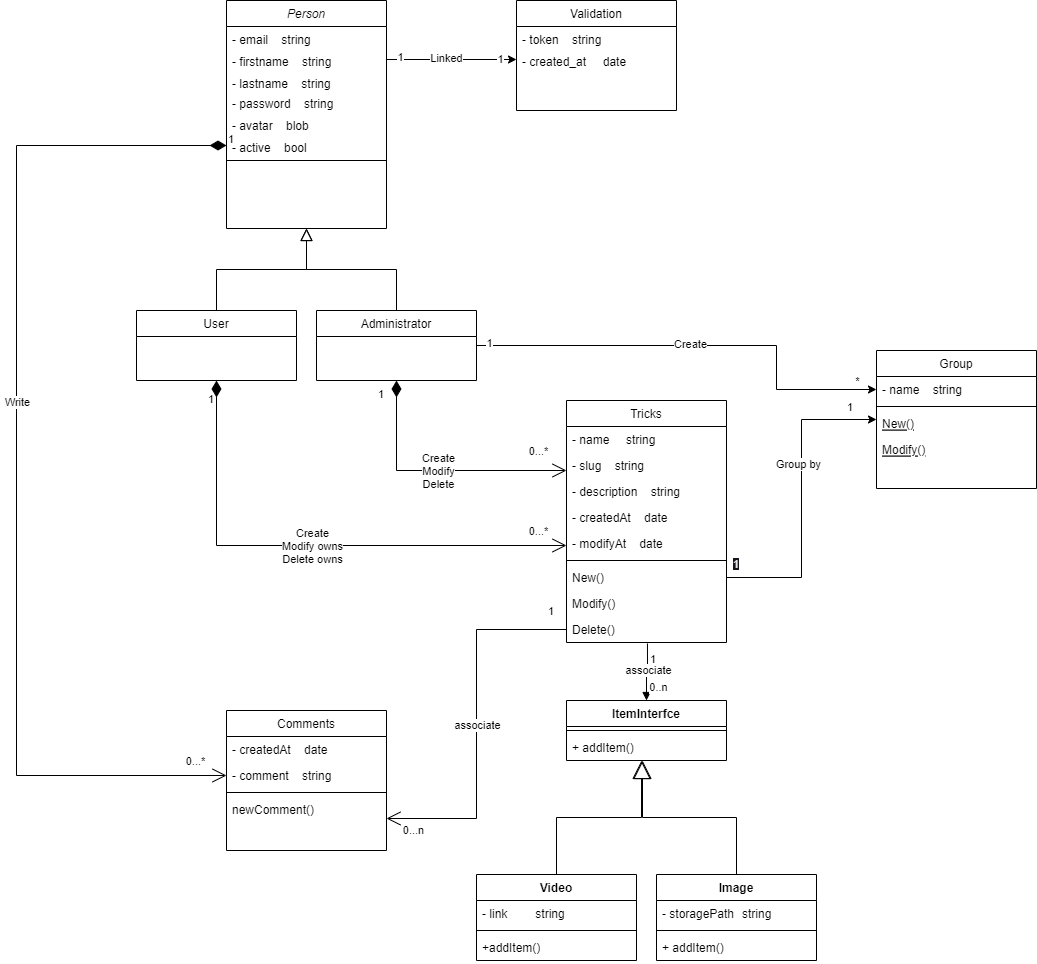
The draw.io diagram Uml-Diagrams/Class Diagram.png in D-Jerome/P6-SnowTricks, before a commit. Source tidied: cells renumbered, new cells last; positions are measured from the earlier drawing's top-left corner, leaving out a move shared by most shapes.
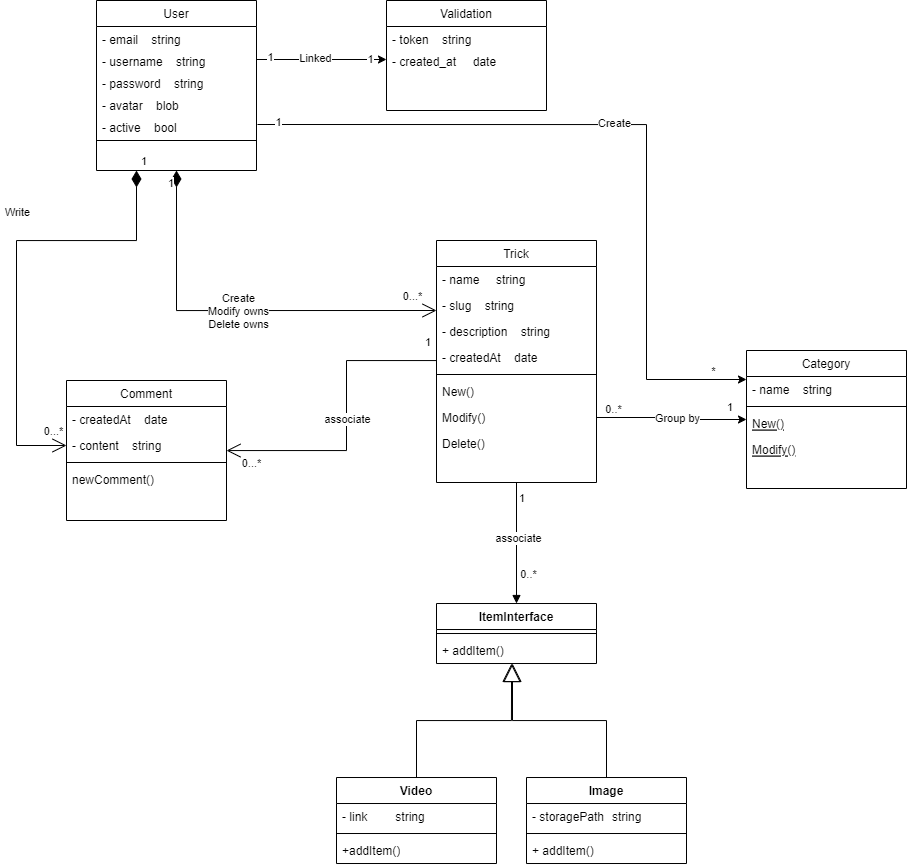
After the change.

Change to the diagram source:
```diff
@@ -2,41 +2,34 @@
   <root>
     <mxCell id="0" />
     <mxCell id="1" parent="0" />
-    <mxCell id="2" value="Person" style="swimlane;fontStyle=2;align=center;verticalAlign=top;horizontal=1;startSize=26;rounded=0;shadow=0;strokeWidth=1;" parent="1" vertex="1">
-      <mxGeometry x="210" width="160" height="228" as="geometry" />
+    <mxCell id="2" value="User" style="swimlane;fontStyle=0;align=center;verticalAlign=top;horizontal=1;startSize=26;rounded=0;shadow=0;strokeWidth=1;" parent="1" vertex="1">
+      <mxGeometry x="210" width="160" height="170" as="geometry" />
     </mxCell>
     <mxCell id="3" value="- email    string" style="text;align=left;verticalAlign=top;spacingLeft=4;spacingRight=4;overflow=hidden;rounded=0;shadow=0;html=0;" parent="2" vertex="1">
       <mxGeometry y="26" width="160" height="22" as="geometry" />
     </mxCell>
-    <mxCell id="4" value="- firstname    string" style="text;align=left;verticalAlign=top;spacingLeft=4;spacingRight=4;overflow=hidden;points=[[0,0.5],[1,0.5]];portConstraint=eastwest;" parent="2" vertex="1">
+    <mxCell id="4" value="- username    string" style="text;align=left;verticalAlign=top;spacingLeft=4;spacingRight=4;overflow=hidden;points=[[0,0.5],[1,0.5]];portConstraint=eastwest;" parent="2" vertex="1">
       <mxGeometry y="48" width="160" height="22" as="geometry" />
     </mxCell>
-    <mxCell id="5" value="- lastname    string" style="text;align=left;verticalAlign=top;spacingLeft=4;spacingRight=4;overflow=hidden;rounded=0;shadow=0;html=0;" parent="2" vertex="1">
-      <mxGeometry y="70" width="160" height="20" as="geometry" />
-    </mxCell>
     <mxCell id="6" value="- password    string" style="text;align=left;verticalAlign=top;spacingLeft=4;spacingRight=4;overflow=hidden;rounded=0;shadow=0;html=0;" parent="2" vertex="1">
-      <mxGeometry y="90" width="160" height="22" as="geometry" />
+      <mxGeometry y="70" width="160" height="22" as="geometry" />
     </mxCell>
     <mxCell id="7" value="- avatar    blob" style="text;align=left;verticalAlign=top;spacingLeft=4;spacingRight=4;overflow=hidden;rounded=0;shadow=0;html=0;" parent="2" vertex="1">
-      <mxGeometry y="112" width="160" height="22" as="geometry" />
+      <mxGeometry y="92" width="160" height="22" as="geometry" />
     </mxCell>
     <mxCell id="8" value="- active    bool" style="text;align=left;verticalAlign=top;spacingLeft=4;spacingRight=4;overflow=hidden;points=[[0,0.5],[1,0.5]];portConstraint=eastwest;rounded=0;shadow=0;html=0;" parent="2" vertex="1">
-      <mxGeometry y="134" width="160" height="22" as="geometry" />
+      <mxGeometry y="114" width="160" height="22" as="geometry" />
     </mxCell>
     <mxCell id="9" style="line;html=1;strokeWidth=1;align=left;verticalAlign=middle;spacingTop=-1;spacingLeft=3;spacingRight=3;labelPosition=right;" parent="2" vertex="1">
-      <mxGeometry y="156" width="160" height="8" as="geometry" />
+      <mxGeometry y="136" width="160" height="8" as="geometry" />
     </mxCell>
-    <mxCell id="10" value="User" style="swimlane;fontStyle=0;align=center;verticalAlign=top;horizontal=1;startSize=26;rounded=0;shadow=0;strokeWidth=1;" parent="1" vertex="1">
-      <mxGeometry x="120" y="310" width="160" height="70" as="geometry" />
-    </mxCell>
-    <mxCell id="11" style="endArrow=block;endSize=10;endFill=0;shadow=0;strokeWidth=1;rounded=0;edgeStyle=elbowEdgeStyle;elbow=vertical;" parent="1" edge="1" source="10" target="2">
-      <mxGeometry relative="1" as="geometry" />
-    </mxCell>
-    <mxCell id="12" style="edgeStyle=orthogonalEdgeStyle;rounded=0;jettySize=auto;html=1;exitX=1;exitY=0.5;exitDx=0;exitDy=0;entryX=0;entryY=0.5;entryDx=0;entryDy=0;" parent="1" edge="1" source="16" target="29">
+    <mxCell id="12" style="edgeStyle=orthogonalEdgeStyle;rounded=0;orthogonalLoop=1;jettySize=auto;html=1;exitX=1.006;exitY=0.909;exitDx=0;exitDy=0;entryX=0;entryY=0.5;entryDx=0;entryDy=0;exitPerimeter=0;" parent="1" edge="1">
       <mxGeometry relative="1" as="geometry">
+        <mxPoint x="371" y="124" as="sourcePoint" />
+        <mxPoint x="860" y="379" as="targetPoint" />
         <Array as="points">
-          <mxPoint x="760" y="345" />
-          <mxPoint x="760" y="389" />
+          <mxPoint x="760" y="124" />
+          <mxPoint x="760" y="379" />
         </Array>
       </mxGeometry>
     </mxCell>
@@ -51,14 +44,8 @@
         <mxPoint y="-8" as="offset" />
       </mxGeometry>
     </mxCell>
-    <mxCell id="16" value="Administrator" style="swimlane;fontStyle=0;align=center;verticalAlign=top;horizontal=1;startSize=26;rounded=0;shadow=0;strokeWidth=1;" parent="1" vertex="1">
-      <mxGeometry x="300" y="310" width="160" height="70" as="geometry" />
-    </mxCell>
-    <mxCell id="17" style="endArrow=block;endSize=10;endFill=0;shadow=0;strokeWidth=1;rounded=0;edgeStyle=elbowEdgeStyle;elbow=vertical;" parent="1" edge="1" source="16" target="2">
-      <mxGeometry relative="1" as="geometry" />
-    </mxCell>
-    <mxCell id="18" value="Tricks" style="swimlane;fontStyle=0;align=center;verticalAlign=top;horizontal=1;startSize=26;rounded=0;shadow=0;strokeWidth=1;" parent="1" vertex="1">
-      <mxGeometry x="550" y="400" width="160" height="242" as="geometry" />
+    <mxCell id="18" value="Trick" style="swimlane;fontStyle=0;align=center;verticalAlign=top;horizontal=1;startSize=26;rounded=0;shadow=0;strokeWidth=1;" parent="1" vertex="1">
+      <mxGeometry x="550" y="240" width="160" height="242" as="geometry" />
     </mxCell>
     <mxCell id="19" value="- name     string" style="text;align=left;verticalAlign=top;spacingLeft=4;spacingRight=4;overflow=hidden;rounded=0;shadow=0;html=0;" parent="18" vertex="1">
       <mxGeometry y="26" width="160" height="26" as="geometry" />
@@ -72,22 +59,19 @@
     <mxCell id="22" value="- createdAt    date" style="text;align=left;verticalAlign=top;spacingLeft=4;spacingRight=4;overflow=hidden;points=[[0,0.5],[1,0.5]];portConstraint=eastwest;rounded=0;shadow=0;html=0;" parent="18" vertex="1">
       <mxGeometry y="104" width="160" height="26" as="geometry" />
     </mxCell>
-    <mxCell id="23" value="- modifyAt    date" style="text;align=left;verticalAlign=top;spacingLeft=4;spacingRight=4;overflow=hidden;rounded=0;shadow=0;html=0;" parent="18" vertex="1">
-      <mxGeometry y="130" width="160" height="26" as="geometry" />
-    </mxCell>
     <mxCell id="24" style="line;html=1;strokeWidth=1;align=left;verticalAlign=middle;spacingTop=-1;spacingLeft=3;spacingRight=3;labelPosition=right;" parent="18" vertex="1">
-      <mxGeometry y="156" width="160" height="8" as="geometry" />
+      <mxGeometry y="130" width="160" height="8" as="geometry" />
     </mxCell>
     <mxCell id="25" value="New()" style="text;align=left;verticalAlign=top;spacingLeft=4;spacingRight=4;overflow=hidden;points=[[0,0.5],[1,0.5]];portConstraint=eastwest;fontStyle=0;" parent="18" vertex="1">
-      <mxGeometry y="164" width="160" height="26" as="geometry" />
+      <mxGeometry y="138" width="160" height="26" as="geometry" />
     </mxCell>
     <mxCell id="26" value="Modify()" style="text;align=left;verticalAlign=top;spacingLeft=4;spacingRight=4;overflow=hidden;points=[[0,0.5],[1,0.5]];portConstraint=eastwest;" parent="18" vertex="1">
-      <mxGeometry y="190" width="160" height="26" as="geometry" />
+      <mxGeometry y="164" width="160" height="26" as="geometry" />
     </mxCell>
     <mxCell id="27" value="Delete()" style="text;align=left;verticalAlign=top;spacingLeft=4;spacingRight=4;overflow=hidden;points=[[0,0.5],[1,0.5]];portConstraint=eastwest;" parent="18" vertex="1">
-      <mxGeometry y="216" width="160" height="26" as="geometry" />
+      <mxGeometry y="190" width="160" height="26" as="geometry" />
     </mxCell>
-    <mxCell id="28" value="Group&#10;" style="swimlane;fontStyle=0;align=center;verticalAlign=top;horizontal=1;startSize=26;rounded=0;shadow=0;strokeWidth=1;" parent="1" vertex="1">
+    <mxCell id="28" value="Category" style="swimlane;fontStyle=0;align=center;verticalAlign=top;horizontal=1;startSize=26;rounded=0;shadow=0;strokeWidth=1;" parent="1" vertex="1">
       <mxGeometry x="860" y="350" width="160" height="138" as="geometry" />
     </mxCell>
     <mxCell id="29" value="- name    string" style="text;align=left;verticalAlign=top;spacingLeft=4;spacingRight=4;overflow=hidden;points=[[0,0.5],[1,0.5]];portConstraint=eastwest;rounded=0;shadow=0;html=0;" parent="28" vertex="1">
@@ -102,37 +86,31 @@
     <mxCell id="32" value="Modify()" style="text;align=left;verticalAlign=top;spacingLeft=4;spacingRight=4;overflow=hidden;fontStyle=4;" parent="28" vertex="1">
       <mxGeometry y="86" width="160" height="26" as="geometry" />
     </mxCell>
-    <mxCell id="33" style="edgeStyle=orthogonalEdgeStyle;rounded=0;jettySize=auto;html=1;exitX=1;exitY=0.5;exitDx=0;exitDy=0;entryX=0;entryY=0.5;entryDx=0;entryDy=0;" parent="1" edge="1" source="25" target="28">
-      <mxGeometry relative="1" as="geometry" />
+    <mxCell id="33" style="edgeStyle=orthogonalEdgeStyle;rounded=0;jettySize=auto;html=1;entryX=0;entryY=0.5;entryDx=0;entryDy=0;startArrow=none;startFill=0;endArrow=classic;endFill=1;exitX=1;exitY=0.5;exitDx=0;exitDy=0;" parent="1" edge="1" source="26" target="28">
+      <mxGeometry relative="1" as="geometry">
+        <Array as="points">
+          <mxPoint x="785" y="417" />
+          <mxPoint x="785" y="419" />
+        </Array>
+      </mxGeometry>
     </mxCell>
     <mxCell id="34" value="Group by" style="edgeLabel;html=1;align=center;verticalAlign=middle;" parent="33" vertex="1">
       <mxGeometry x="0.23" y="1" relative="1" as="geometry">
-        <mxPoint x="-3" as="offset" />
+        <mxPoint x="-11" y="-1" as="offset" />
       </mxGeometry>
     </mxCell>
-    <mxCell id="35" value="1" style="endArrow=open;html=1;endSize=12;startArrow=diamondThin;startSize=14;startFill=1;edgeStyle=orthogonalEdgeStyle;align=left;verticalAlign=bottom;rounded=0;exitX=0.5;exitY=1;exitDx=0;exitDy=0;" parent="1" edge="1" source="16">
-      <mxGeometry x="-0.83" y="-20" relative="1" as="geometry">
-        <mxPoint x="550" y="470" as="targetPoint" />
-        <Array as="points">
-          <mxPoint x="380" y="470" />
-        </Array>
-      </mxGeometry>
-    </mxCell>
-    <mxCell id="36" value="Create&lt;br&gt;Modify&lt;br&gt;Delete" style="edgeLabel;html=1;align=center;verticalAlign=middle;" parent="35" vertex="1">
-      <mxGeometry x="0.01" relative="1" as="geometry" />
-    </mxCell>
-    <mxCell id="37" value="0...*" style="edgeLabel;html=1;align=center;verticalAlign=middle;" parent="35" vertex="1">
-      <mxGeometry x="0.94" relative="1" as="geometry">
-        <mxPoint x="-21" y="-20" as="offset" />
-      </mxGeometry>
-    </mxCell>
+    <mxCell id="78" value="0..*" style="edgeLabel;html=1;align=center;verticalAlign=middle;" parent="33" vertex="1">
+      <mxGeometry x="-0.78" y="-2" relative="1" as="geometry">
+        <mxPoint y="-11" as="offset" />
+      </mxGeometry>
+    </mxCell>
-    <mxCell id="38" value="Comments" style="swimlane;fontStyle=0;align=center;verticalAlign=top;horizontal=1;startSize=26;rounded=0;shadow=0;strokeWidth=1;" parent="1" vertex="1">
-      <mxGeometry x="210" y="710" width="160" height="140" as="geometry" />
+    <mxCell id="38" value="Comment" style="swimlane;fontStyle=0;align=center;verticalAlign=top;horizontal=1;startSize=26;rounded=0;shadow=0;strokeWidth=1;" parent="1" vertex="1">
+      <mxGeometry x="180" y="380" width="160" height="140" as="geometry" />
     </mxCell>
     <mxCell id="39" value="- createdAt    date" style="text;align=left;verticalAlign=top;spacingLeft=4;spacingRight=4;overflow=hidden;rounded=0;shadow=0;html=0;" parent="38" vertex="1">
       <mxGeometry y="26" width="160" height="26" as="geometry" />
     </mxCell>
-    <mxCell id="40" value="- comment    string" style="text;align=left;verticalAlign=top;spacingLeft=4;spacingRight=4;overflow=hidden;points=[[0,0.5],[1,0.5]];portConstraint=eastwest;rounded=0;shadow=0;html=0;" parent="38" vertex="1">
+    <mxCell id="40" value="- content    string" style="text;align=left;verticalAlign=top;spacingLeft=4;spacingRight=4;overflow=hidden;points=[[0,0.5],[1,0.5]];portConstraint=eastwest;rounded=0;shadow=0;html=0;" parent="38" vertex="1">
       <mxGeometry y="52" width="160" height="26" as="geometry" />
     </mxCell>
     <mxCell id="41" style="line;html=1;strokeWidth=1;align=left;verticalAlign=middle;spacingTop=-1;spacingLeft=3;spacingRight=3;labelPosition=right;" parent="38" vertex="1">
@@ -141,24 +119,27 @@
     <mxCell id="42" value="newComment()" style="text;align=left;verticalAlign=top;spacingLeft=4;spacingRight=4;overflow=hidden;points=[[0,0.5],[1,0.5]];portConstraint=eastwest;fontStyle=0;" parent="38" vertex="1">
       <mxGeometry y="86" width="160" height="26" as="geometry" />
     </mxCell>
-    <mxCell id="43" value="1" style="endArrow=open;html=1;endSize=12;startArrow=none;startSize=14;startFill=0;edgeStyle=orthogonalEdgeStyle;align=left;verticalAlign=bottom;rounded=0;exitX=0;exitY=0.5;exitDx=0;exitDy=0;entryX=1;entryY=0.846;entryDx=0;entryDy=0;entryPerimeter=0;" parent="1" edge="1" source="27" target="42">
+    <mxCell id="43" value="1" style="endArrow=open;html=1;endSize=12;startArrow=none;startSize=14;startFill=0;edgeStyle=orthogonalEdgeStyle;align=left;verticalAlign=bottom;rounded=0;exitX=0;exitY=0.5;exitDx=0;exitDy=0;" parent="1" edge="1" source="22">
       <mxGeometry x="-0.89" y="-9" relative="1" as="geometry">
+        <mxPoint x="340" y="450" as="targetPoint" />
         <Array as="points">
-          <mxPoint x="460" y="629" />
-          <mxPoint x="460" y="818" />
+          <mxPoint x="550" y="360" />
+          <mxPoint x="460" y="360" />
+          <mxPoint x="460" y="450" />
+          <mxPoint x="340" y="450" />
         </Array>
       </mxGeometry>
     </mxCell>
     <mxCell id="44" value="associate" style="edgeLabel;html=1;align=center;verticalAlign=middle;" parent="43" vertex="1">
       <mxGeometry relative="1" as="geometry" />
     </mxCell>
-    <mxCell id="45" value="0...n" style="edgeLabel;html=1;align=center;verticalAlign=middle;" parent="43" vertex="1">
+    <mxCell id="45" value="0...*" style="edgeLabel;html=1;align=center;verticalAlign=middle;" parent="43" vertex="1">
       <mxGeometry x="0.9" y="4" relative="1" as="geometry">
         <mxPoint x="8" y="8" as="offset" />
       </mxGeometry>
     </mxCell>
     <mxCell id="46" value="Video" style="swimlane;fontStyle=1;align=center;verticalAlign=top;horizontal=1;startSize=26;whiteSpace=wrap;html=1;" parent="1" vertex="1">
-      <mxGeometry x="460" y="874" width="160" height="86" as="geometry" />
+      <mxGeometry x="450" y="777" width="160" height="86" as="geometry" />
     </mxCell>
     <mxCell id="47" value="- link&lt;span style=&quot;white-space: pre;&quot;&gt;&#9;&lt;/span&gt;string" style="text;strokeColor=none;fillColor=none;align=left;verticalAlign=top;spacingLeft=4;spacingRight=4;overflow=hidden;whiteSpace=wrap;html=1;" parent="46" vertex="1">
       <mxGeometry y="26" width="160" height="26" as="geometry" />
@@ -170,7 +151,7 @@
       <mxGeometry y="60" width="160" height="26" as="geometry" />
     </mxCell>
     <mxCell id="50" value="Image" style="swimlane;fontStyle=1;align=center;verticalAlign=top;horizontal=1;startSize=26;whiteSpace=wrap;html=1;" parent="1" vertex="1">
-      <mxGeometry x="640" y="874" width="160" height="86" as="geometry" />
+      <mxGeometry x="640" y="777" width="160" height="86" as="geometry" />
     </mxCell>
     <mxCell id="51" value="- storagePath&lt;span style=&quot;white-space: pre;&quot;&gt;&#9;&lt;/span&gt;string" style="text;strokeColor=none;fillColor=none;align=left;verticalAlign=top;spacingLeft=4;spacingRight=4;overflow=hidden;whiteSpace=wrap;html=1;" parent="50" vertex="1">
       <mxGeometry y="26" width="160" height="26" as="geometry" />
@@ -181,8 +162,8 @@
     <mxCell id="53" value="+ addItem()" style="text;strokeColor=none;fillColor=none;align=left;verticalAlign=top;spacingLeft=4;spacingRight=4;overflow=hidden;whiteSpace=wrap;html=1;" parent="50" vertex="1">
       <mxGeometry y="60" width="160" height="26" as="geometry" />
     </mxCell>
-    <mxCell id="54" value="ItemInterfce" style="swimlane;fontStyle=1;align=center;verticalAlign=top;horizontal=1;startSize=26;whiteSpace=wrap;html=1;" parent="1" vertex="1">
-      <mxGeometry x="550" y="700" width="160" height="60" as="geometry" />
+    <mxCell id="54" value="ItemInterface" style="swimlane;fontStyle=1;align=center;verticalAlign=top;horizontal=1;startSize=26;whiteSpace=wrap;html=1;" parent="1" vertex="1">
+      <mxGeometry x="550" y="603" width="160" height="60" as="geometry" />
     </mxCell>
     <mxCell id="55" style="line;strokeWidth=1;fillColor=none;align=left;verticalAlign=middle;spacingTop=-1;spacingLeft=3;spacingRight=3;labelPosition=right;strokeColor=inherit;" parent="54" vertex="1">
       <mxGeometry y="26" width="160" height="8" as="geometry" />
@@ -190,7 +171,7 @@
     <mxCell id="56" value="+ addItem()" style="text;strokeColor=none;fillColor=none;align=left;verticalAlign=top;spacingLeft=4;spacingRight=4;overflow=hidden;points=[[0,0.5],[1,0.5]];portConstraint=eastwest;whiteSpace=wrap;html=1;" parent="54" vertex="1">
       <mxGeometry y="34" width="160" height="26" as="geometry" />
     </mxCell>
-    <mxCell id="57" style="endArrow=block;endFill=1;html=1;edgeStyle=orthogonalEdgeStyle;align=left;verticalAlign=top;rounded=0;entryX=0.5;entryY=0;entryDx=0;entryDy=0;exitX=0.506;exitY=1.038;exitDx=0;exitDy=0;exitPerimeter=0;" parent="1" edge="1" source="27" target="54">
+    <mxCell id="57" style="endArrow=block;endFill=1;html=1;edgeStyle=orthogonalEdgeStyle;align=left;verticalAlign=top;rounded=0;entryX=0.5;entryY=0;entryDx=0;entryDy=0;exitX=0.5;exitY=1;exitDx=0;exitDy=0;" parent="1" edge="1" source="18" target="54">
       <mxGeometry x="-0.06" y="-20" relative="1" as="geometry" />
     </mxCell>
     <mxCell id="58" value="1" style="edgeLabel;html=1;align=left;verticalAlign=bottom;" parent="57" vertex="1">
@@ -198,7 +179,7 @@
         <mxPoint x="1" y="24" as="offset" />
       </mxGeometry>
     </mxCell>
-    <mxCell id="59" value="0..n" style="edgeLabel;html=1;align=center;verticalAlign=middle;" parent="57" vertex="1">
+    <mxCell id="59" value="0..*" style="edgeLabel;html=1;align=center;verticalAlign=middle;" parent="57" vertex="1">
       <mxGeometry x="0.5" y="1" relative="1" as="geometry">
         <mxPoint x="10" y="1" as="offset" />
       </mxGeometry>
@@ -207,7 +188,7 @@
       <mxGeometry x="-0.08" y="1" relative="1" as="geometry" />
     </mxCell>
     <mxCell id="61" value="1" style="edgeLabel;html=1;align=left;verticalAlign=bottom;" parent="1" vertex="1">
-      <mxGeometry x="840" y="410" as="geometry">
+      <mxGeometry x="850" y="410" as="geometry">
         <mxPoint x="-11" y="5" as="offset" />
       </mxGeometry>
     </mxCell>
@@ -217,11 +198,12 @@
     <mxCell id="63" style="endArrow=block;endSize=16;endFill=0;html=1;rounded=0;exitX=0.5;exitY=0;exitDx=0;exitDy=0;edgeStyle=orthogonalEdgeStyle;entryX=0.475;entryY=1;entryDx=0;entryDy=0;entryPerimeter=0;" parent="1" edge="1" source="50" target="56">
       <mxGeometry relative="1" as="geometry" />
     </mxCell>
-    <mxCell id="64" value="1" style="endArrow=open;html=1;endSize=12;startArrow=diamondThin;startSize=14;startFill=1;edgeStyle=orthogonalEdgeStyle;align=left;verticalAlign=bottom;rounded=0;exitX=0;exitY=0.5;exitDx=0;exitDy=0;entryX=0;entryY=0.5;entryDx=0;entryDy=0;" parent="1" edge="1" source="8" target="40">
+    <mxCell id="64" value="1" style="endArrow=open;html=1;endSize=12;startArrow=diamondThin;startSize=14;startFill=1;edgeStyle=orthogonalEdgeStyle;align=left;verticalAlign=bottom;rounded=0;exitX=0.25;exitY=1;exitDx=0;exitDy=0;entryX=0;entryY=0.5;entryDx=0;entryDy=0;" parent="1" edge="1" source="2" target="40">
       <mxGeometry x="-1" y="3" relative="1" as="geometry">
         <Array as="points">
-          <mxPoint y="145" />
-          <mxPoint y="775" />
+          <mxPoint x="250" y="240" />
+          <mxPoint x="130" y="240" />
+          <mxPoint x="130" y="445" />
         </Array>
       </mxGeometry>
     </mxCell>
@@ -235,14 +217,11 @@
         <mxPoint y="-15" as="offset" />
       </mxGeometry>
     </mxCell>
-    <mxCell id="67" value="&lt;span style=&quot;color: rgb(240, 240, 240); font-family: Helvetica; font-size: 11px; font-style: normal; font-variant-ligatures: normal; font-variant-caps: normal; font-weight: 400; letter-spacing: normal; orphans: 2; text-align: left; text-indent: 0px; text-transform: none; widows: 2; word-spacing: 0px; -webkit-text-stroke-width: 0px; background-color: rgb(24, 20, 29); text-decoration-thickness: initial; text-decoration-style: initial; text-decoration-color: initial; float: none; display: inline !important;&quot;&gt;1&lt;/span&gt;" style="text;whiteSpace=wrap;html=1;" parent="1" vertex="1">
-      <mxGeometry x="715" y="550" width="10" height="20" as="geometry" />
-    </mxCell>
-    <mxCell id="68" value="1" style="endArrow=open;html=1;endSize=12;startArrow=diamondThin;startSize=14;startFill=1;edgeStyle=orthogonalEdgeStyle;align=left;verticalAlign=bottom;rounded=0;exitX=0.5;exitY=1;exitDx=0;exitDy=0;" parent="1" edge="1" source="10">
+    <mxCell id="68" value="1" style="endArrow=open;html=1;endSize=12;startArrow=diamondThin;startSize=14;startFill=1;edgeStyle=orthogonalEdgeStyle;align=left;verticalAlign=bottom;rounded=0;exitX=0.5;exitY=1;exitDx=0;exitDy=0;" parent="1" edge="1" source="2">
       <mxGeometry x="-0.89" y="-10" relative="1" as="geometry">
-        <mxPoint x="550" y="545" as="targetPoint" />
+        <mxPoint x="550" y="310" as="targetPoint" />
         <Array as="points">
-          <mxPoint x="200" y="545" />
+          <mxPoint x="290" y="310" />
         </Array>
       </mxGeometry>
     </mxCell>
```
